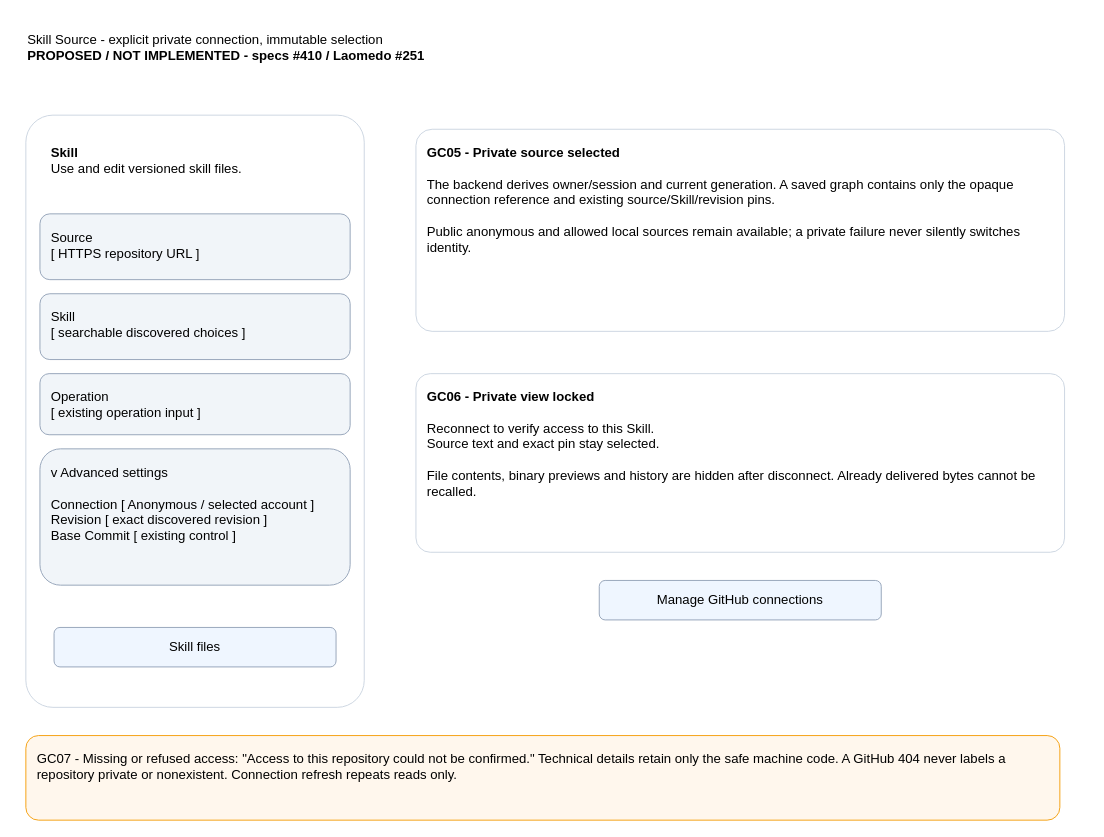
Earlier version of the draw.io diagram page "GC05-GC07 - Private Skill selection" (2 of 7) of projects/laomedo/subsystems/agent-execution/design/github-account-connections.drawio (amadou-6e/specs). Source tidied: cells renumbered, new cells numbered last; positions are measured from the earlier drawing's top-left corner, leaving out a move shared by most shapes. Both pictures are drawn from the tidied source at 94%, with x=0, y=0 at pixel (16, 16).
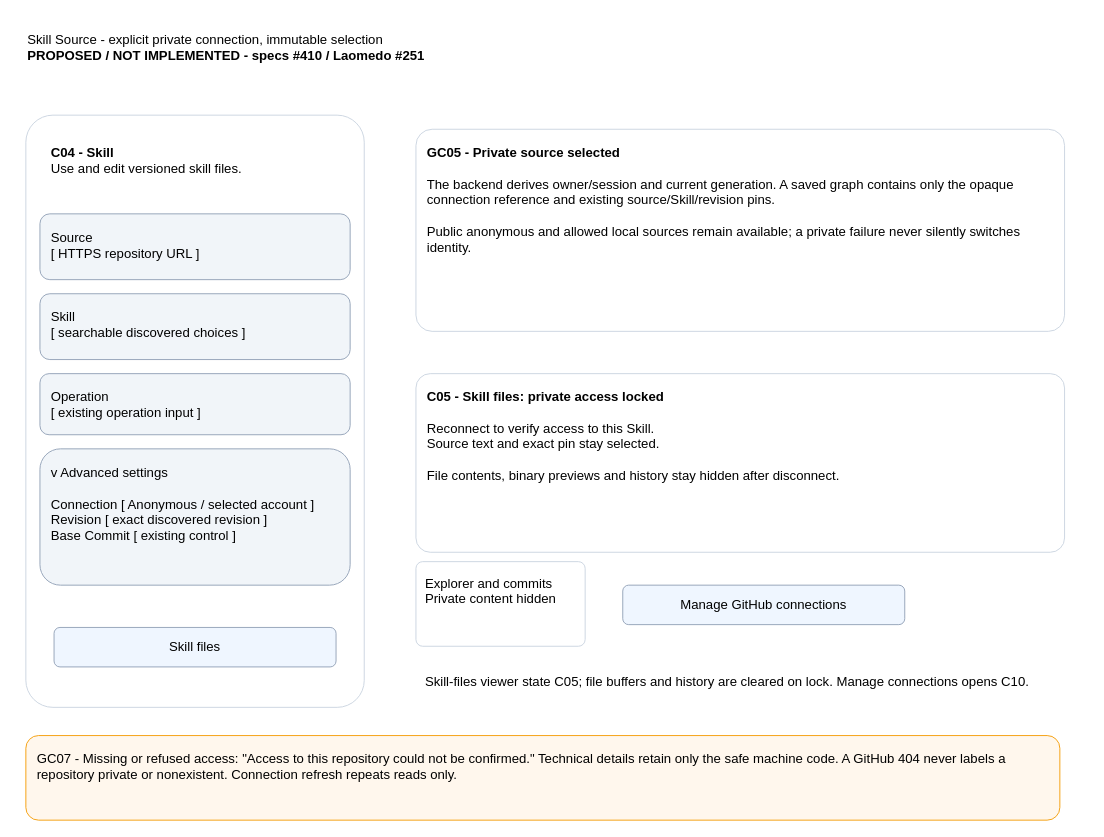
The same page after the edit.

Commit message (it also covers changes not shown here):
spec: close private broker trust and connection-state design gaps

The edit, as a diff of the source:
```diff
@@
 <mxGraphModel>
   <root>
     <mxCell id="0" />
     <mxCell id="1" parent="0" />
     <mxCell id="2" value="Skill Source - explicit private connection, immutable selection&lt;br/&gt;&lt;b&gt;PROPOSED / NOT IMPLEMENTED - specs #410 / Laomedo #251&lt;/b&gt;" style="whiteSpace=wrap;html=1;fontFamily=Arial;fontSize=14;align=left;verticalAlign=top;spacing=12;text;strokeColor=none;fillColor=none;" parent="1" vertex="1">
       <mxGeometry width="1140" height="80" as="geometry" />
     </mxCell>
     <mxCell id="3" style="whiteSpace=wrap;html=1;fontFamily=Arial;fontSize=14;align=left;verticalAlign=top;spacing=12;rounded=1;arcSize=8;fillColor=#FFFFFF;strokeColor=#CBD5E1;" parent="1" vertex="1">
       <mxGeometry x="10" y="105" width="360" height="630" as="geometry" />
     </mxCell>
-    <mxCell id="4" value="&lt;b&gt;Skill&lt;/b&gt;&lt;br/&gt;Use and edit versioned skill files." style="whiteSpace=wrap;html=1;fontFamily=Arial;fontSize=14;align=left;verticalAlign=top;spacing=12;text;strokeColor=none;fillColor=none;" parent="1" vertex="1">
+    <mxCell id="4" value="&lt;b&gt;C04 - Skill&lt;/b&gt;&lt;br/&gt;Use and edit versioned skill files." style="whiteSpace=wrap;html=1;fontFamily=Arial;fontSize=14;align=left;verticalAlign=top;spacing=12;text;strokeColor=none;fillColor=none;" parent="1" vertex="1">
       <mxGeometry x="25" y="120" width="330" height="80" as="geometry" />
     </mxCell>
     <mxCell id="5" value="Source&lt;br/&gt;[ HTTPS repository URL ]" style="whiteSpace=wrap;html=1;fontFamily=Arial;fontSize=14;align=left;verticalAlign=top;spacing=12;rounded=1;fillColor=#F1F5F9;strokeColor=#94A3B8;" parent="1" vertex="1">
       <mxGeometry x="25" y="210" width="330" height="70" as="geometry" />
     </mxCell>
     <mxCell id="6" value="Skill&lt;br/&gt;[ searchable discovered choices ]" style="whiteSpace=wrap;html=1;fontFamily=Arial;fontSize=14;align=left;verticalAlign=top;spacing=12;rounded=1;fillColor=#F1F5F9;strokeColor=#94A3B8;" parent="1" vertex="1">
       <mxGeometry x="25" y="295" width="330" height="70" as="geometry" />
     </mxCell>
     <mxCell id="7" value="Operation&lt;br/&gt;[ existing operation input ]" style="whiteSpace=wrap;html=1;fontFamily=Arial;fontSize=14;align=left;verticalAlign=top;spacing=12;rounded=1;fillColor=#F1F5F9;strokeColor=#94A3B8;" parent="1" vertex="1">
       <mxGeometry x="25" y="380" width="330" height="65" as="geometry" />
     </mxCell>
     <mxCell id="8" value="v Advanced settings&lt;br/&gt;&lt;br/&gt;Connection [ Anonymous / selected account ]&lt;br/&gt;Revision [ exact discovered revision ]&lt;br/&gt;Base Commit [ existing control ]" style="whiteSpace=wrap;html=1;fontFamily=Arial;fontSize=14;align=left;verticalAlign=top;spacing=12;rounded=1;fillColor=#F1F5F9;strokeColor=#94A3B8;" parent="1" vertex="1">
       <mxGeometry x="25" y="460" width="330" height="145" as="geometry" />
     </mxCell>
     <mxCell id="9" value="Skill files" style="whiteSpace=wrap;html=1;fontFamily=Arial;fontSize=14;align=left;verticalAlign=top;spacing=12;rounded=1;fillColor=#EFF6FF;strokeColor=#94A3B8;align=center;verticalAlign=middle;spacing=4;" parent="1" vertex="1">
       <mxGeometry x="40" y="650" width="300" height="42" as="geometry" />
     </mxCell>
     <mxCell id="10" value="&lt;b&gt;GC05 - Private source selected&lt;/b&gt;&lt;br/&gt;&lt;br/&gt;The backend derives owner/session and current generation. A saved graph contains only the opaque connection reference and existing source/Skill/revision pins.&lt;br/&gt;&lt;br/&gt;Public anonymous and allowed local sources remain available; a private failure never silently switches identity." style="whiteSpace=wrap;html=1;fontFamily=Arial;fontSize=14;align=left;verticalAlign=top;spacing=12;rounded=1;arcSize=8;fillColor=#FFFFFF;strokeColor=#CBD5E1;" parent="1" vertex="1">
       <mxGeometry x="425" y="120" width="690" height="215" as="geometry" />
     </mxCell>
-    <mxCell id="11" value="&lt;b&gt;GC06 - Private view locked&lt;/b&gt;&lt;br/&gt;&lt;br/&gt;Reconnect to verify access to this Skill.&lt;br/&gt;Source text and exact pin stay selected.&lt;br/&gt;&lt;br/&gt;File contents, binary previews and history are hidden after disconnect. Already delivered bytes cannot be recalled." style="whiteSpace=wrap;html=1;fontFamily=Arial;fontSize=14;align=left;verticalAlign=top;spacing=12;rounded=1;arcSize=8;fillColor=#FFFFFF;strokeColor=#CBD5E1;" parent="1" vertex="1">
+    <mxCell id="11" value="&lt;b&gt;C05 - Skill files: private access locked&lt;/b&gt;&lt;br/&gt;&lt;br/&gt;Reconnect to verify access to this Skill.&lt;br/&gt;Source text and exact pin stay selected.&lt;br/&gt;&lt;br/&gt;File contents, binary previews and history stay hidden after disconnect." style="whiteSpace=wrap;html=1;fontFamily=Arial;fontSize=14;align=left;verticalAlign=top;spacing=12;rounded=1;arcSize=8;fillColor=#FFFFFF;strokeColor=#CBD5E1;" parent="1" vertex="1">
       <mxGeometry x="425" y="380" width="690" height="190" as="geometry" />
     </mxCell>
     <mxCell id="12" value="Manage GitHub connections" style="whiteSpace=wrap;html=1;fontFamily=Arial;fontSize=14;align=left;verticalAlign=top;spacing=12;rounded=1;fillColor=#EFF6FF;strokeColor=#94A3B8;align=center;verticalAlign=middle;spacing=4;" parent="1" vertex="1">
-      <mxGeometry x="620" y="600" width="300" height="42" as="geometry" />
+      <mxGeometry x="645" y="605" width="300" height="42" as="geometry" />
     </mxCell>
     <mxCell id="13" value="GC07 - Missing or refused access: &quot;Access to this repository could not be confirmed.&quot; Technical details retain only the safe machine code. A GitHub 404 never labels a repository private or nonexistent. Connection refresh repeats reads only." style="whiteSpace=wrap;html=1;fontFamily=Arial;fontSize=14;align=left;verticalAlign=top;spacing=12;rounded=1;fillColor=#FFF7ED;strokeColor=#F59E0B;" parent="1" vertex="1">
       <mxGeometry x="10" y="765" width="1100" height="90" as="geometry" />
     </mxCell>
+    <mxCell id="14" value="Explorer and commits&lt;br/&gt;Private content hidden" style="whiteSpace=wrap;html=1;fontFamily=Arial;fontSize=14;align=left;verticalAlign=top;spacing=10;rounded=1;arcSize=8;fillColor=#FFFFFF;strokeColor=#CBD5E1;" parent="1" vertex="1">
+      <mxGeometry x="425" y="580" width="180" height="90" as="geometry" />
+    </mxCell>
+    <mxCell id="15" value="Skill-files viewer state C05; file buffers and history are cleared on lock. Manage connections opens C10." style="whiteSpace=wrap;html=1;fontFamily=Arial;fontSize=14;align=left;verticalAlign=top;spacing=10;text;strokeColor=none;fillColor=none;" parent="1" vertex="1">
+      <mxGeometry x="425" y="685" width="690" height="65" as="geometry" />
+    </mxCell>
   </root>
 </mxGraphModel>
```
